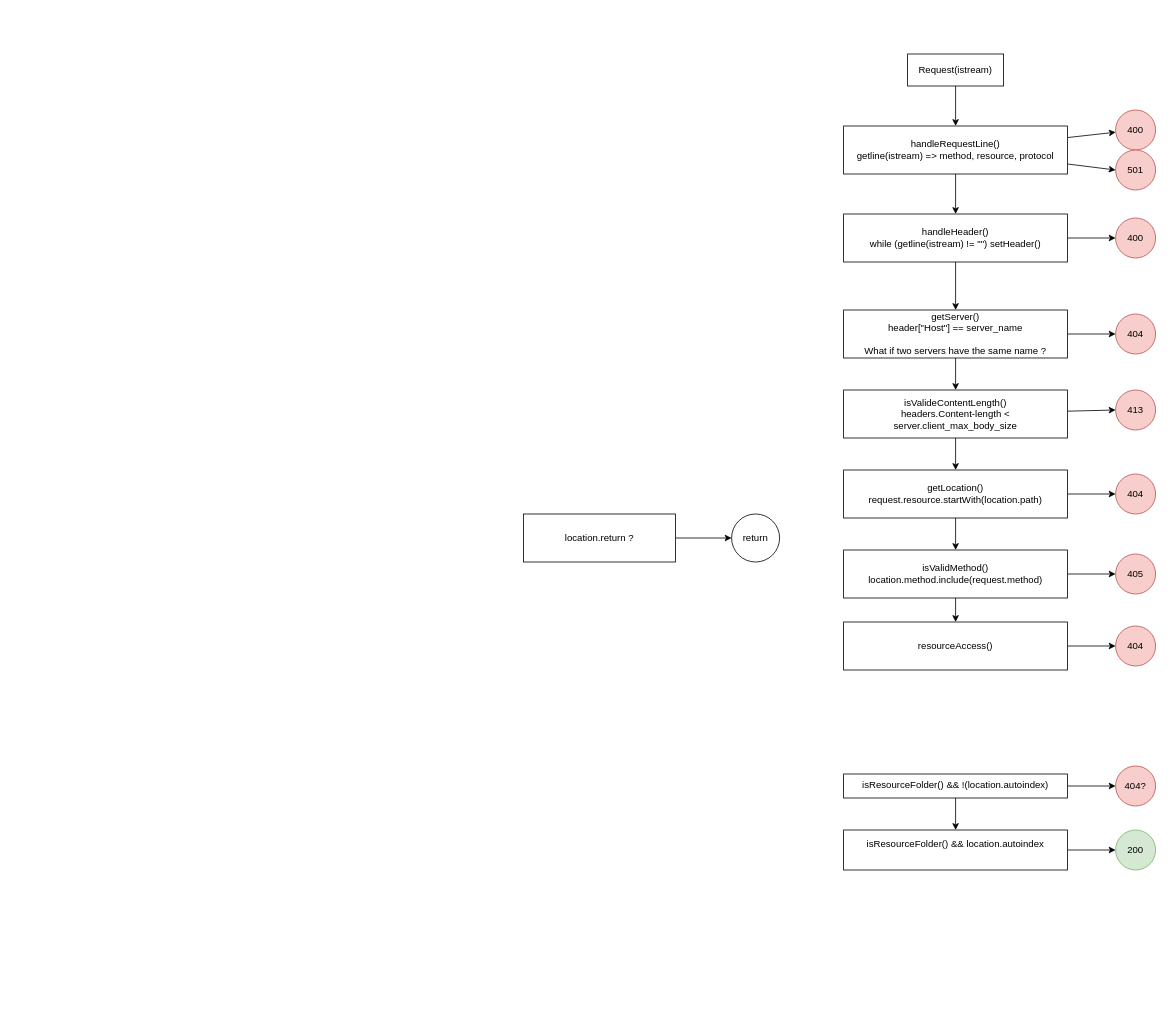
The draw.io diagram doc/request.drawio in PoursMo/webserv, before the edit. Source tidied: cells renumbered, new cells numbered last; positions are measured from the earlier drawing's top-left corner, leaving out a move shared by most shapes. Both pictures are drawn from the tidied source at 80%, with x=0, y=0 at pixel (523, 54).
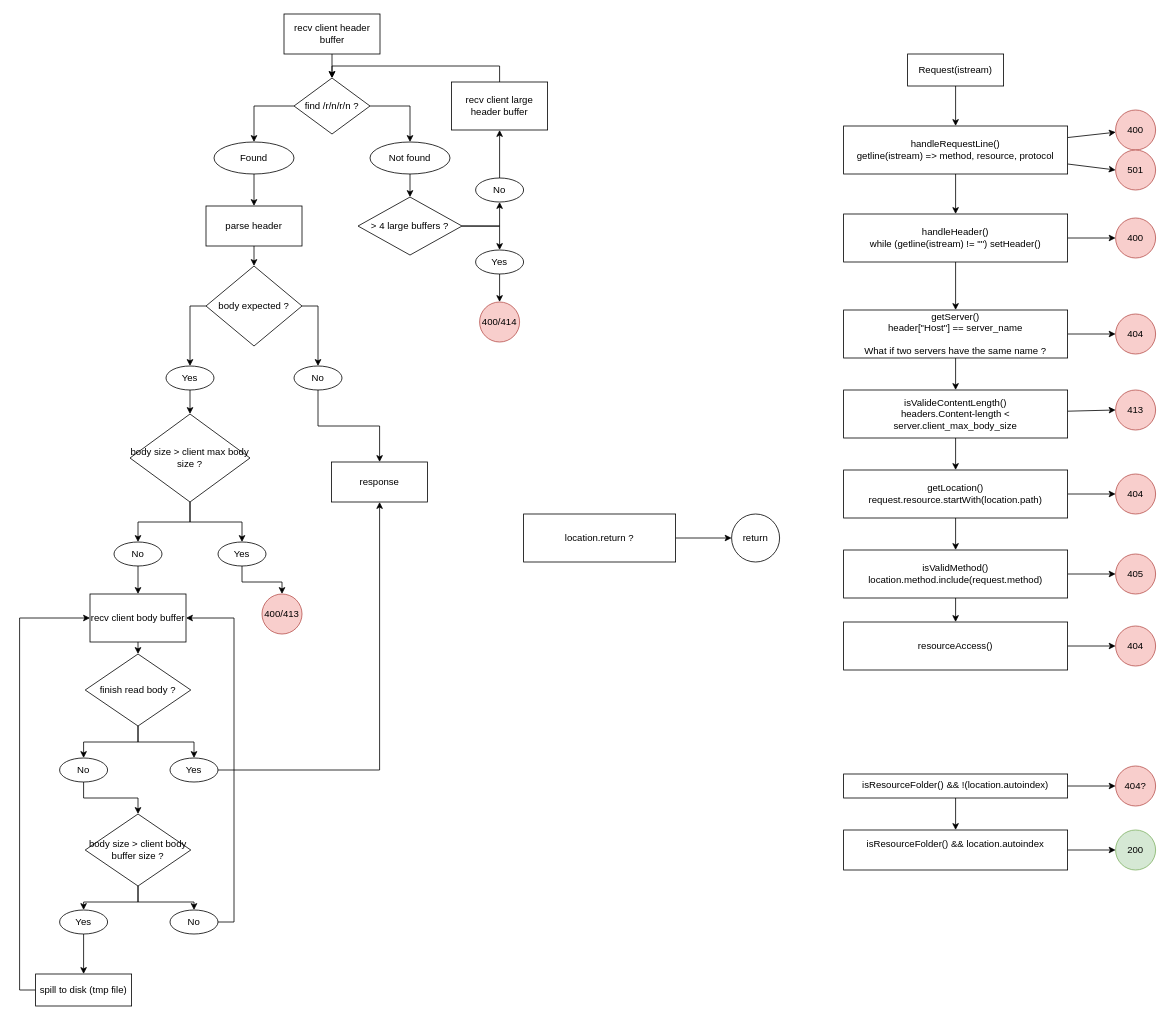
The same page after the edit.

Change to the diagram source:
```diff
@@
+    <mxCell id="43" style="edgeStyle=orthogonalEdgeStyle;rounded=0;jettySize=auto;html=1;exitX=0.5;exitY=1;exitDx=0;exitDy=0;entryX=0.5;entryY=0;entryDx=0;entryDy=0;" parent="1" edge="1" source="44" target="47">
+      <mxGeometry relative="1" as="geometry" />
+    </mxCell>
+    <mxCell id="44" value="recv client header buffer" style="whiteSpace=wrap;html=1;" parent="1" vertex="1">
+      <mxGeometry x="-299.5" y="-50" width="120" height="50" as="geometry" />
+    </mxCell>
+    <mxCell id="45" style="edgeStyle=orthogonalEdgeStyle;rounded=0;jettySize=auto;html=1;exitX=1;exitY=0.5;exitDx=0;exitDy=0;entryX=0.5;entryY=0;entryDx=0;entryDy=0;" parent="1" edge="1" source="47" target="51">
+      <mxGeometry relative="1" as="geometry" />
+    </mxCell>
+    <mxCell id="46" style="edgeStyle=orthogonalEdgeStyle;rounded=0;jettySize=auto;html=1;exitX=0;exitY=0.5;exitDx=0;exitDy=0;entryX=0.5;entryY=0;entryDx=0;entryDy=0;" parent="1" edge="1" source="47" target="49">
+      <mxGeometry relative="1" as="geometry" />
+    </mxCell>
+    <mxCell id="47" value="find /r/n/r/n ?" style="rhombus;whiteSpace=wrap;html=1;" parent="1" vertex="1">
+      <mxGeometry x="-287" y="30" width="95" height="70" as="geometry" />
+    </mxCell>
+    <mxCell id="48" style="edgeStyle=orthogonalEdgeStyle;rounded=0;jettySize=auto;html=1;exitX=0.5;exitY=1;exitDx=0;exitDy=0;entryX=0.5;entryY=0;entryDx=0;entryDy=0;" parent="1" edge="1" source="49" target="53">
+      <mxGeometry relative="1" as="geometry" />
+    </mxCell>
+    <mxCell id="49" value="&lt;div&gt;Found&lt;/div&gt;" style="ellipse;whiteSpace=wrap;html=1;" parent="1" vertex="1">
+      <mxGeometry x="-387" y="110" width="100" height="40" as="geometry" />
+    </mxCell>
+    <mxCell id="50" style="edgeStyle=orthogonalEdgeStyle;rounded=0;jettySize=auto;html=1;exitX=0.5;exitY=1;exitDx=0;exitDy=0;entryX=0.5;entryY=0;entryDx=0;entryDy=0;" parent="1" edge="1" source="51" target="63">
+      <mxGeometry relative="1" as="geometry" />
+    </mxCell>
+    <mxCell id="51" value="&lt;div&gt;Not found&lt;/div&gt;" style="ellipse;whiteSpace=wrap;html=1;" parent="1" vertex="1">
+      <mxGeometry x="-192" y="110" width="100" height="40" as="geometry" />
+    </mxCell>
+    <mxCell id="52" style="edgeStyle=orthogonalEdgeStyle;rounded=0;jettySize=auto;html=1;exitX=0.5;exitY=1;exitDx=0;exitDy=0;entryX=0.5;entryY=0;entryDx=0;entryDy=0;" parent="1" edge="1" source="53" target="56">
+      <mxGeometry relative="1" as="geometry" />
+    </mxCell>
+    <mxCell id="53" value="parse header" style="whiteSpace=wrap;html=1;" parent="1" vertex="1">
+      <mxGeometry x="-397" y="190" width="120" height="50" as="geometry" />
+    </mxCell>
+    <mxCell id="54" style="edgeStyle=orthogonalEdgeStyle;rounded=0;jettySize=auto;html=1;exitX=0;exitY=0.5;exitDx=0;exitDy=0;" parent="1" edge="1" source="56" target="71">
+      <mxGeometry relative="1" as="geometry" />
+    </mxCell>
+    <mxCell id="55" style="edgeStyle=orthogonalEdgeStyle;rounded=0;jettySize=auto;html=1;exitX=1;exitY=0.5;exitDx=0;exitDy=0;" parent="1" edge="1" source="56" target="69">
+      <mxGeometry relative="1" as="geometry" />
+    </mxCell>
+    <mxCell id="56" value="body expected ?" style="rhombus;whiteSpace=wrap;html=1;" parent="1" vertex="1">
+      <mxGeometry x="-397" y="265" width="120" height="100" as="geometry" />
+    </mxCell>
+    <mxCell id="57" style="edgeStyle=orthogonalEdgeStyle;rounded=0;jettySize=auto;html=1;exitX=0.5;exitY=0;exitDx=0;exitDy=0;entryX=0.5;entryY=0;entryDx=0;entryDy=0;" parent="1" edge="1" source="58" target="47">
+      <mxGeometry relative="1" as="geometry" />
+    </mxCell>
+    <mxCell id="58" value="recv client large header buffer" style="whiteSpace=wrap;html=1;" parent="1" vertex="1">
+      <mxGeometry x="-90" y="35" width="120" height="60" as="geometry" />
+    </mxCell>
+    <mxCell id="59" style="edgeStyle=orthogonalEdgeStyle;rounded=0;jettySize=auto;html=1;exitX=0.5;exitY=1;exitDx=0;exitDy=0;entryX=0.5;entryY=0;entryDx=0;entryDy=0;" parent="1" edge="1" source="60" target="91">
+      <mxGeometry relative="1" as="geometry" />
+    </mxCell>
+    <mxCell id="60" value="recv client body buffer" style="whiteSpace=wrap;html=1;" parent="1" vertex="1">
+      <mxGeometry x="-542" y="675" width="120" height="60" as="geometry" />
+    </mxCell>
+    <mxCell id="61" style="edgeStyle=orthogonalEdgeStyle;rounded=0;jettySize=auto;html=1;exitX=1;exitY=0.5;exitDx=0;exitDy=0;entryX=0.5;entryY=0;entryDx=0;entryDy=0;" parent="1" edge="1" source="63" target="65">
+      <mxGeometry relative="1" as="geometry" />
+    </mxCell>
+    <mxCell id="62" style="edgeStyle=orthogonalEdgeStyle;rounded=0;jettySize=auto;html=1;exitX=1;exitY=0.5;exitDx=0;exitDy=0;entryX=0.5;entryY=1;entryDx=0;entryDy=0;" parent="1" edge="1" source="63" target="67">
+      <mxGeometry relative="1" as="geometry" />
+    </mxCell>
+    <mxCell id="63" value="&amp;gt; 4 large buffers ?" style="rhombus;whiteSpace=wrap;html=1;" parent="1" vertex="1">
+      <mxGeometry x="-207" y="178.8" width="130" height="72.5" as="geometry" />
+    </mxCell>
+    <mxCell id="64" style="edgeStyle=orthogonalEdgeStyle;rounded=0;jettySize=auto;html=1;exitX=0.5;exitY=1;exitDx=0;exitDy=0;entryX=0.5;entryY=0;entryDx=0;entryDy=0;" parent="1" edge="1" source="65" target="72">
+      <mxGeometry relative="1" as="geometry" />
+    </mxCell>
+    <mxCell id="65" value="&lt;div&gt;Yes&lt;/div&gt;" style="ellipse;whiteSpace=wrap;html=1;" parent="1" vertex="1">
+      <mxGeometry x="-60" y="245" width="60" height="30" as="geometry" />
+    </mxCell>
+    <mxCell id="66" style="edgeStyle=orthogonalEdgeStyle;rounded=0;jettySize=auto;html=1;exitX=0.5;exitY=0;exitDx=0;exitDy=0;entryX=0.5;entryY=1;entryDx=0;entryDy=0;" parent="1" edge="1" source="67" target="58">
+      <mxGeometry relative="1" as="geometry" />
+    </mxCell>
+    <mxCell id="67" value="No" style="ellipse;whiteSpace=wrap;html=1;" parent="1" vertex="1">
+      <mxGeometry x="-60" y="155" width="60" height="30" as="geometry" />
+    </mxCell>
+    <mxCell id="68" style="edgeStyle=orthogonalEdgeStyle;rounded=0;jettySize=auto;html=1;exitX=0.5;exitY=1;exitDx=0;exitDy=0;entryX=0.5;entryY=0;entryDx=0;entryDy=0;" parent="1" edge="1" source="69" target="73">
+      <mxGeometry relative="1" as="geometry" />
+    </mxCell>
+    <mxCell id="69" value="No" style="ellipse;whiteSpace=wrap;html=1;" parent="1" vertex="1">
+      <mxGeometry x="-287" y="390" width="60" height="30" as="geometry" />
+    </mxCell>
+    <mxCell id="70" style="edgeStyle=orthogonalEdgeStyle;rounded=0;jettySize=auto;html=1;exitX=0.5;exitY=1;exitDx=0;exitDy=0;entryX=0.5;entryY=0;entryDx=0;entryDy=0;" parent="1" edge="1" source="71" target="76">
+      <mxGeometry relative="1" as="geometry" />
+    </mxCell>
+    <mxCell id="71" value="&lt;div&gt;Yes&lt;/div&gt;" style="ellipse;whiteSpace=wrap;html=1;" parent="1" vertex="1">
+      <mxGeometry x="-447" y="390" width="60" height="30" as="geometry" />
+    </mxCell>
+    <mxCell id="72" value="400/414" style="ellipse;whiteSpace=wrap;html=1;fillColor=#f8cecc;strokeColor=#b85450;" parent="1" vertex="1">
+      <mxGeometry x="-55" y="310" width="50" height="50" as="geometry" />
+    </mxCell>
+    <mxCell id="73" value="response" style="whiteSpace=wrap;html=1;" parent="1" vertex="1">
+      <mxGeometry x="-240" y="510" width="120" height="50" as="geometry" />
+    </mxCell>
+    <mxCell id="74" style="edgeStyle=orthogonalEdgeStyle;rounded=0;jettySize=auto;html=1;exitX=0.5;exitY=1;exitDx=0;exitDy=0;entryX=0.5;entryY=0;entryDx=0;entryDy=0;" parent="1" edge="1" source="76" target="78">
+      <mxGeometry relative="1" as="geometry" />
+    </mxCell>
+    <mxCell id="75" style="edgeStyle=orthogonalEdgeStyle;rounded=0;jettySize=auto;html=1;exitX=0.5;exitY=1;exitDx=0;exitDy=0;entryX=0.5;entryY=0;entryDx=0;entryDy=0;" parent="1" edge="1" source="76" target="80">
+      <mxGeometry relative="1" as="geometry" />
+    </mxCell>
+    <mxCell id="76" value="body size &amp;gt; client max body size ?" style="rhombus;whiteSpace=wrap;html=1;" parent="1" vertex="1">
+      <mxGeometry x="-492" y="450" width="150" height="110" as="geometry" />
+    </mxCell>
+    <mxCell id="77" style="edgeStyle=orthogonalEdgeStyle;rounded=0;jettySize=auto;html=1;exitX=0.5;exitY=1;exitDx=0;exitDy=0;entryX=0.5;entryY=0;entryDx=0;entryDy=0;" parent="1" edge="1" source="78" target="60">
+      <mxGeometry relative="1" as="geometry" />
+    </mxCell>
+    <mxCell id="78" value="No" style="ellipse;whiteSpace=wrap;html=1;" parent="1" vertex="1">
+      <mxGeometry x="-512" y="610" width="60" height="30" as="geometry" />
+    </mxCell>
+    <mxCell id="79" style="edgeStyle=orthogonalEdgeStyle;rounded=0;jettySize=auto;html=1;exitX=0.5;exitY=1;exitDx=0;exitDy=0;entryX=0;entryY=0.5;entryDx=0;entryDy=0;" parent="1" edge="1" source="80" target="88">
+      <mxGeometry relative="1" as="geometry" />
+    </mxCell>
+    <mxCell id="80" value="Yes" style="ellipse;whiteSpace=wrap;html=1;" parent="1" vertex="1">
+      <mxGeometry x="-382" y="610" width="60" height="30" as="geometry" />
+    </mxCell>
+    <mxCell id="81" value="body size &amp;gt; client body buffer size ?" style="rhombus;whiteSpace=wrap;html=1;" parent="1" vertex="1">
+      <mxGeometry x="-548" y="950" width="132" height="90" as="geometry" />
+    </mxCell>
+    <mxCell id="82" style="edgeStyle=orthogonalEdgeStyle;rounded=0;jettySize=auto;html=1;exitX=0.5;exitY=1;exitDx=0;exitDy=0;entryX=0.5;entryY=0;entryDx=0;entryDy=0;" parent="1" edge="1" source="81" target="85">
+      <mxGeometry relative="1" as="geometry" />
+    </mxCell>
+    <mxCell id="83" style="edgeStyle=orthogonalEdgeStyle;rounded=0;jettySize=auto;html=1;exitX=0.5;exitY=1;exitDx=0;exitDy=0;entryX=0.5;entryY=0;entryDx=0;entryDy=0;" parent="1" edge="1" source="81" target="87">
+      <mxGeometry relative="1" as="geometry" />
+    </mxCell>
+    <mxCell id="84" style="edgeStyle=orthogonalEdgeStyle;rounded=0;jettySize=auto;html=1;exitX=1;exitY=0.5;exitDx=0;exitDy=0;entryX=1;entryY=0.5;entryDx=0;entryDy=0;" parent="1" edge="1" source="85" target="60">
+      <mxGeometry relative="1" as="geometry" />
+    </mxCell>
+    <mxCell id="85" value="No" style="ellipse;whiteSpace=wrap;html=1;" parent="1" vertex="1">
+      <mxGeometry x="-442" y="1070" width="60" height="30" as="geometry" />
+    </mxCell>
+    <mxCell id="86" style="edgeStyle=orthogonalEdgeStyle;rounded=0;jettySize=auto;html=1;exitX=0.5;exitY=1;exitDx=0;exitDy=0;entryX=0.5;entryY=0;entryDx=0;entryDy=0;" parent="1" edge="1" source="87" target="90">
+      <mxGeometry relative="1" as="geometry" />
+    </mxCell>
+    <mxCell id="87" value="Yes" style="ellipse;whiteSpace=wrap;html=1;" parent="1" vertex="1">
+      <mxGeometry x="-580" y="1070" width="60" height="30" as="geometry" />
+    </mxCell>
+    <mxCell id="88" value="&lt;div&gt;400/413&lt;/div&gt;" style="ellipse;whiteSpace=wrap;html=1;fillColor=#f8cecc;strokeColor=#b85450;direction=south;" parent="1" vertex="1">
+      <mxGeometry x="-327" y="675" width="50" height="50" as="geometry" />
+    </mxCell>
+    <mxCell id="89" style="edgeStyle=orthogonalEdgeStyle;rounded=0;jettySize=auto;html=1;exitX=0;exitY=0.5;exitDx=0;exitDy=0;entryX=0;entryY=0.5;entryDx=0;entryDy=0;" parent="1" edge="1" source="90" target="60">
+      <mxGeometry relative="1" as="geometry" />
+    </mxCell>
+    <mxCell id="90" value="spill to disk (tmp file)" style="whiteSpace=wrap;html=1;" parent="1" vertex="1">
+      <mxGeometry x="-610" y="1150" width="120" height="40" as="geometry" />
+    </mxCell>
+    <mxCell id="91" value="finish read body ?" style="rhombus;whiteSpace=wrap;html=1;" parent="1" vertex="1">
+      <mxGeometry x="-548" y="750" width="132" height="90" as="geometry" />
+    </mxCell>
+    <mxCell id="92" style="edgeStyle=orthogonalEdgeStyle;rounded=0;jettySize=auto;html=1;exitX=0.5;exitY=1;exitDx=0;exitDy=0;entryX=0.5;entryY=0;entryDx=0;entryDy=0;" parent="1" edge="1" source="91" target="95">
+      <mxGeometry relative="1" as="geometry" />
+    </mxCell>
+    <mxCell id="93" style="edgeStyle=orthogonalEdgeStyle;rounded=0;jettySize=auto;html=1;exitX=0.5;exitY=1;exitDx=0;exitDy=0;entryX=0.5;entryY=0;entryDx=0;entryDy=0;" parent="1" edge="1" source="91" target="97">
+      <mxGeometry relative="1" as="geometry" />
+    </mxCell>
+    <mxCell id="94" style="edgeStyle=orthogonalEdgeStyle;rounded=0;jettySize=auto;html=1;exitX=1;exitY=0.5;exitDx=0;exitDy=0;entryX=0.5;entryY=1;entryDx=0;entryDy=0;" parent="1" edge="1" source="95" target="73">
+      <mxGeometry relative="1" as="geometry" />
+    </mxCell>
+    <mxCell id="95" value="Yes" style="ellipse;whiteSpace=wrap;html=1;" parent="1" vertex="1">
+      <mxGeometry x="-442" y="880" width="60" height="30" as="geometry" />
+    </mxCell>
+    <mxCell id="96" style="edgeStyle=orthogonalEdgeStyle;rounded=0;jettySize=auto;html=1;exitX=0.5;exitY=1;exitDx=0;exitDy=0;" parent="1" edge="1" source="97" target="81">
+      <mxGeometry relative="1" as="geometry" />
+    </mxCell>
+    <mxCell id="97" value="No" style="ellipse;whiteSpace=wrap;html=1;" parent="1" vertex="1">
+      <mxGeometry x="-580" y="880" width="60" height="30" as="geometry" />
+    </mxCell>
```
